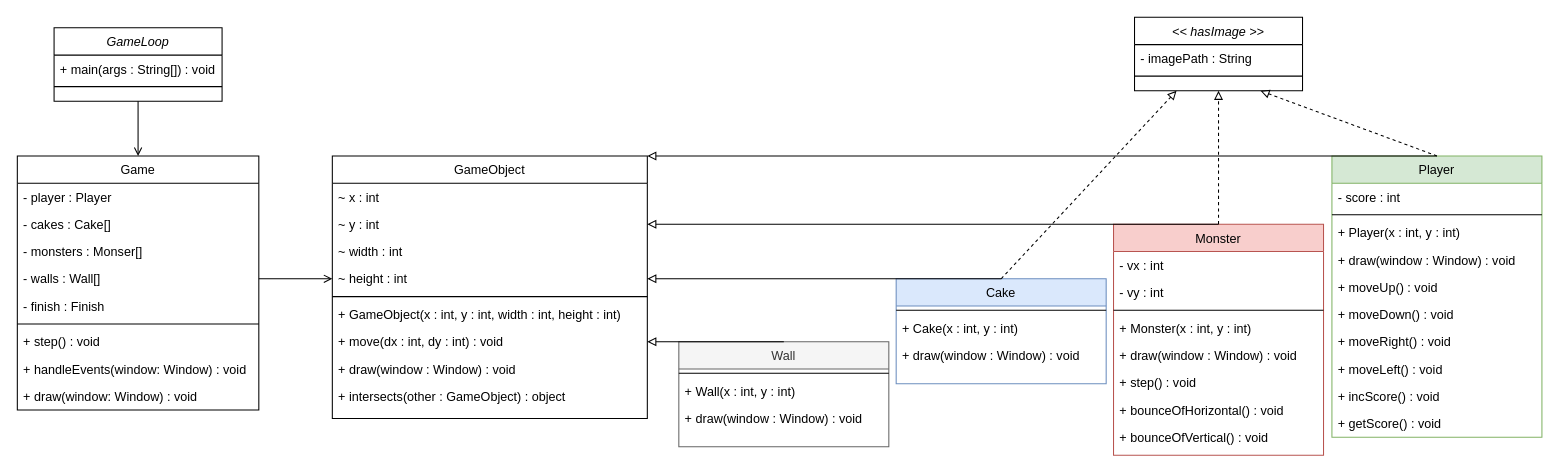
Above: uml.drawio in MartinVogtFHNW/EN2_EatNRun (draw.io), before the change. Source tidied: cells renumbered, new cells numbered last; positions are measured from the earlier drawing's top-left corner, leaving out a move shared by most shapes. Both pictures are drawn from the tidied source at 105%, with x=0, y=0 at pixel (17, 17).
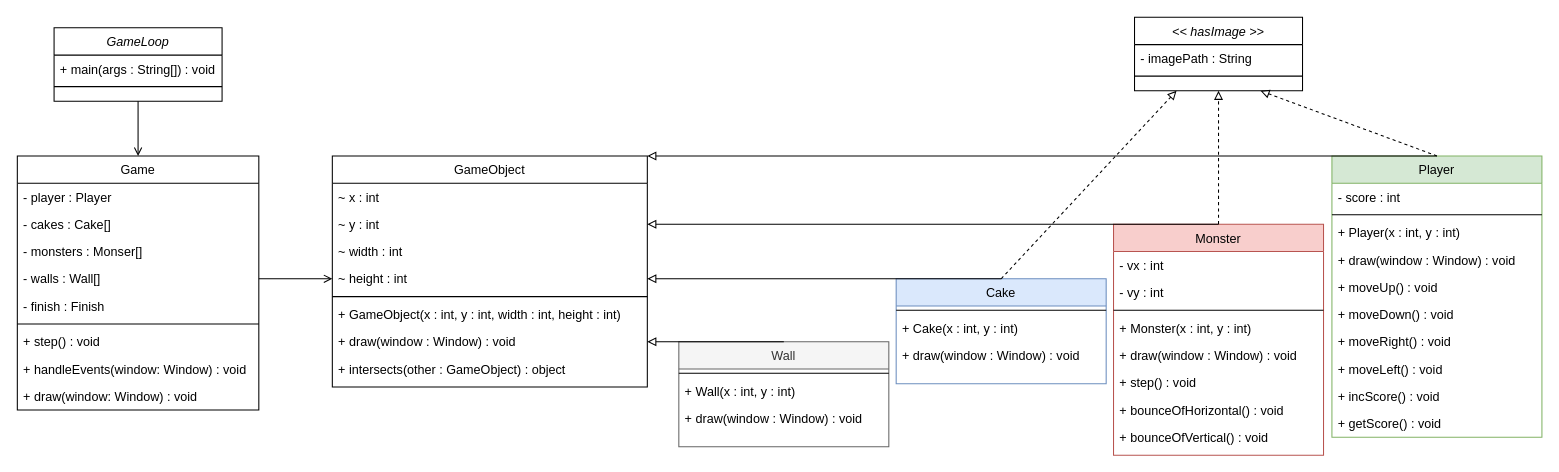
Above is the later version.

Unchanged cells that the change refers to:
```xml
<mxCell id="49" value="Wall" style="swimlane;fontStyle=0;align=center;verticalAlign=top;horizontal=1;startSize=26;rounded=0;shadow=0;strokeWidth=1;fillColor=#f5f5f5;fontColor=#333333;strokeColor=#666666;" parent="1" vertex="1">
  <mxGeometry x="630" y="309" width="200" height="100" as="geometry" />
</mxCell>
```

Diff of the diagram source:
```diff
@@
     <mxCell id="15" value="GameObject" style="swimlane;fontStyle=0;align=center;verticalAlign=top;horizontal=1;startSize=26;rounded=0;shadow=0;strokeWidth=1;" parent="1" vertex="1">
-      <mxGeometry x="300" y="132" width="300" height="250" as="geometry" />
+      <mxGeometry x="300" y="132" width="300" height="220" as="geometry" />
     </mxCell>
@@
-    <mxCell id="22" value="+ move(dx : int, dy : int) : void" style="text;align=left;verticalAlign=top;spacingLeft=4;spacingRight=4;overflow=hidden;points=[[0,0.5],[1,0.5]];portConstraint=eastwest;rounded=0;" parent="15" vertex="1">
-      <mxGeometry y="164" width="300" height="26" as="geometry" />
-    </mxCell>
     <mxCell id="23" value="+ draw(window : Window) : void" style="text;align=left;verticalAlign=top;spacingLeft=4;spacingRight=4;overflow=hidden;rounded=0;" parent="15" vertex="1">
-      <mxGeometry y="190" width="300" height="26" as="geometry" />
+      <mxGeometry y="164" width="300" height="26" as="geometry" />
     </mxCell>
     <mxCell id="24" value="+ intersects(other : GameObject) : object" style="text;align=left;verticalAlign=top;spacingLeft=4;spacingRight=4;overflow=hidden;rounded=0;" parent="15" vertex="1">
-      <mxGeometry y="216" width="300" height="26" as="geometry" />
+      <mxGeometry y="190" width="300" height="26" as="geometry" />
     </mxCell>
@@
-    <mxCell id="53" style="endArrow=block;html=1;rounded=0;exitX=0.5;exitY=0;exitDx=0;exitDy=0;entryX=1;entryY=0.5;entryDx=0;entryDy=0;endFill=0;" parent="1" edge="1" source="49" target="22">
-      <mxGeometry relative="1" as="geometry" />
+    <mxCell id="53" style="endArrow=block;html=1;rounded=0;exitX=0.5;exitY=0;exitDx=0;exitDy=0;entryX=1;entryY=0.5;entryDx=0;entryDy=0;endFill=0;" parent="1" edge="1" source="49">
+      <mxGeometry relative="1" as="geometry">
+        <mxPoint x="600" y="309" as="targetPoint" />
+      </mxGeometry>
     </mxCell>
```
